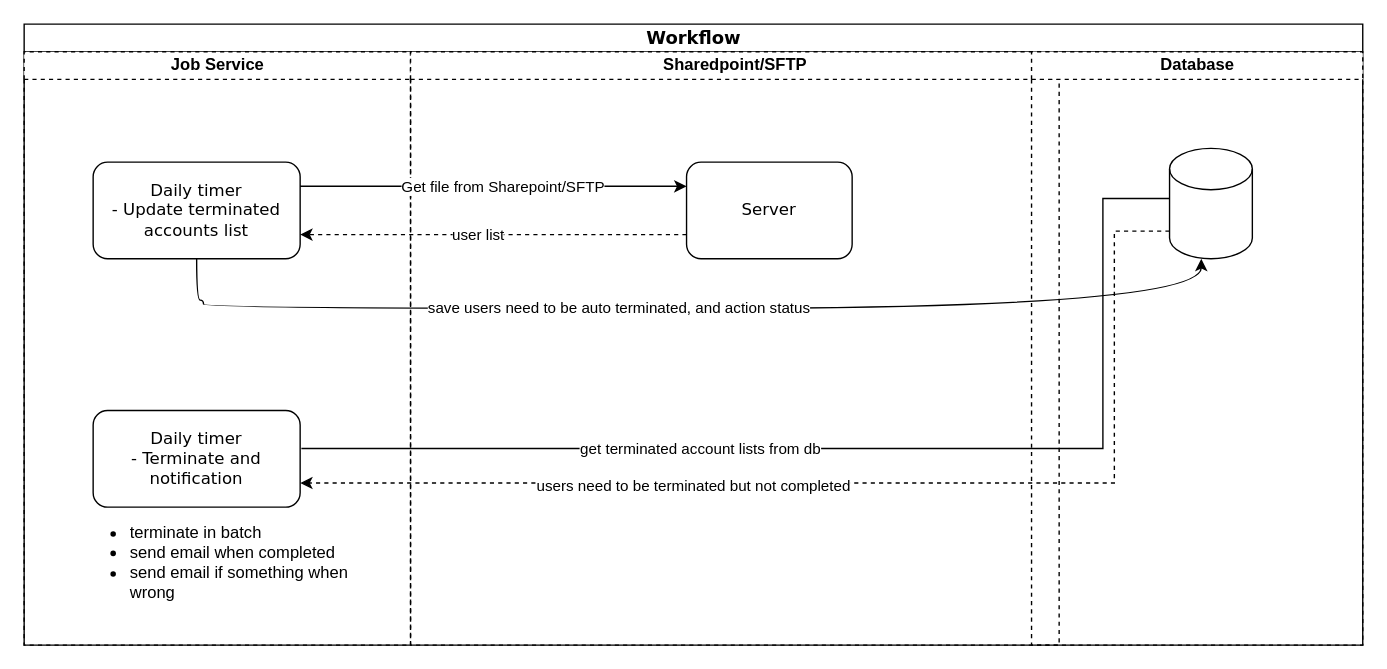
Above: KeppelElectric/Untitled Diagram.drawio in swotiendang/DrawIO (draw.io), before the change. Source tidied: cells renumbered, new cells numbered last; positions are measured from the earlier drawing's top-left corner, leaving out a move shared by most shapes. Both pictures are drawn from the tidied source at 138%, with x=0, y=0 at pixel (23, 23).
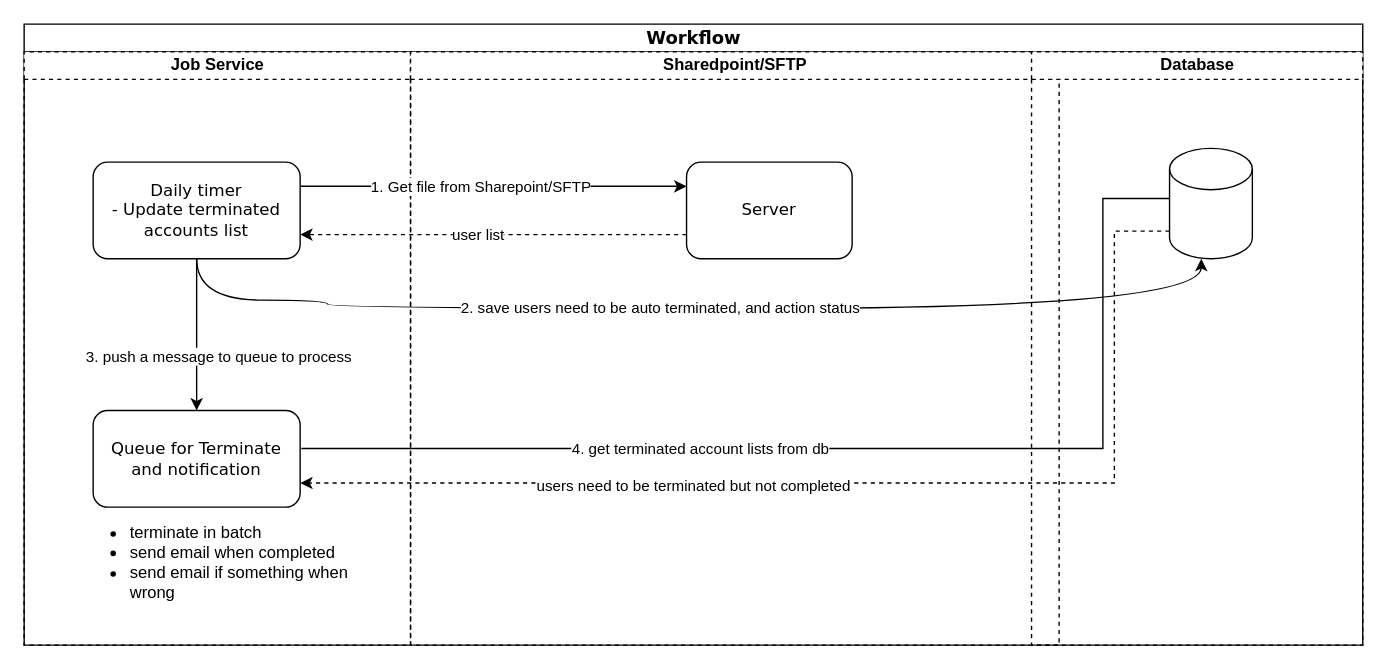
Above is the later version.

Commit message:
Auto disable accounts.v1.2

The change refers to these unchanged cells:
```xml
<mxCell id="3" value="Job Service" style="swimlane;html=1;startSize=20;dashed=1;" parent="2" vertex="1">
  <mxGeometry y="20" width="280" height="430" as="geometry" />
</mxCell>
<mxCell id="4" value="&lt;font style=&quot;font-size: 12px;&quot;&gt;Daily timer&lt;/font&gt;&lt;div&gt;&lt;span style=&quot;font-size: 12px;&quot;&gt;- Update terminated accounts list&lt;/span&gt;&lt;/div&gt;" style="rounded=1;whiteSpace=wrap;html=1;shadow=0;labelBackgroundColor=none;strokeWidth=1;fontFamily=Verdana;fontSize=8;align=center;" parent="3" vertex="1">
  <mxGeometry x="50" y="80" width="150" height="70" as="geometry" />
</mxCell>
<mxCell id="9" style="endArrow=classic;html=1;rounded=0;edgeStyle=elbowEdgeStyle;exitX=1.006;exitY=0.393;exitDx=0;exitDy=0;entryX=-0.028;entryY=0.594;entryDx=0;entryDy=0;entryPerimeter=0;exitPerimeter=0;" parent="7" edge="1" source="5">
  <mxGeometry relative="1" as="geometry">
    <mxPoint x="570" y="106.3" as="targetPoint" />
    <Array as="points">
      <mxPoint x="501.7" y="198.7" />
    </Array>
  </mxGeometry>
</mxCell>
<mxCell id="13" style="edgeStyle=orthogonalEdgeStyle;rounded=0;jettySize=auto;html=1;entryX=0;entryY=0.25;entryDx=0;entryDy=0;exitX=1;exitY=0.25;exitDx=0;exitDy=0;" parent="2" edge="1" source="4" target="8">
  <mxGeometry relative="1" as="geometry" />
</mxCell>
<mxCell id="16" style="shape=cylinder3;whiteSpace=wrap;html=1;boundedLbl=1;backgroundOutline=1;size=15;" parent="15" vertex="1">
  <mxGeometry x="100" y="70" width="60" height="80" as="geometry" />
</mxCell>
```

Diff of the diagram source:
```diff
@@
-    <mxCell id="5" value="&lt;font style=&quot;font-size: 12px;&quot;&gt;Daily timer&lt;/font&gt;&lt;div&gt;&lt;font style=&quot;font-size: 12px;&quot;&gt;- Terminate and notification&lt;/font&gt;&lt;/div&gt;" style="rounded=1;whiteSpace=wrap;html=1;shadow=0;labelBackgroundColor=none;strokeWidth=1;fontFamily=Verdana;fontSize=8;align=center;" parent="3" vertex="1">
+    <mxCell id="5" value="&lt;span style=&quot;font-size: 12px;&quot;&gt;Queue for&amp;nbsp;&lt;/span&gt;&lt;span style=&quot;font-size: 12px; background-color: initial;&quot;&gt;Terminate and notification&lt;/span&gt;" style="rounded=1;whiteSpace=wrap;html=1;shadow=0;labelBackgroundColor=none;strokeWidth=1;fontFamily=Verdana;fontSize=8;align=center;" parent="3" vertex="1">
       <mxGeometry x="50" y="260" width="150" height="70" as="geometry" />
     </mxCell>
@@
+    <mxCell id="21" style="endArrow=classic;html=1;rounded=0;exitX=0.5;exitY=1;exitDx=0;exitDy=0;entryX=0.5;entryY=0;entryDx=0;entryDy=0;" parent="3" edge="1" source="4" target="5">
+      <mxGeometry relative="1" as="geometry" />
+    </mxCell>
+    <mxCell id="22" value="3. push a message to queue to process" style="edgeLabel;html=1;align=center;verticalAlign=middle;" parent="21" vertex="1">
+      <mxGeometry x="0.09" y="-1" relative="1" as="geometry">
+        <mxPoint x="16" y="10" as="offset" />
+      </mxGeometry>
+    </mxCell>
@@
-    <mxCell id="10" value="get terminated account lists from db" style="edgeLabel;html=1;align=center;verticalAlign=middle;" parent="9" vertex="1">
+    <mxCell id="10" value="4. get terminated account lists from db" style="edgeLabel;html=1;align=center;verticalAlign=middle;" parent="9" vertex="1">
       <mxGeometry x="-0.36" y="-4" relative="1" as="geometry">
         <mxPoint x="23" y="-4" as="offset" />
       </mxGeometry>
     </mxCell>
@@
-    <mxCell id="14" value="Get file from Sharepoint/SFTP" style="edgeLabel;html=1;align=center;verticalAlign=middle;" parent="13" vertex="1">
+    <mxCell id="14" value="1. Get file from Sharepoint/SFTP" style="edgeLabel;html=1;align=center;verticalAlign=middle;" parent="13" vertex="1">
       <mxGeometry x="-0.28" y="-3" relative="1" as="geometry">
-        <mxPoint x="45" y="-3" as="offset" />
+        <mxPoint x="29" y="-3" as="offset" />
       </mxGeometry>
     </mxCell>
@@
     <mxCell id="17" style="endArrow=classic;html=1;rounded=0;edgeStyle=orthogonalEdgeStyle;curved=1;exitX=0.5;exitY=1;exitDx=0;exitDy=0;" parent="1" edge="1" source="4" target="16">
       <mxGeometry relative="1" as="geometry">
         <Array as="points">
           <mxPoint x="125" y="200" />
-          <mxPoint x="130" y="200" />
-          <mxPoint x="130" y="206" />
+          <mxPoint x="220" y="200" />
+          <mxPoint x="220" y="206" />
           <mxPoint x="853" y="206" />
         </Array>
       </mxGeometry>
     </mxCell>
-    <mxCell id="18" value="save users need to be auto terminated, and action status" style="edgeLabel;html=1;align=center;verticalAlign=middle;" parent="17" vertex="1">
+    <mxCell id="18" value="2. save users need to be auto terminated, and action status" style="edgeLabel;html=1;align=center;verticalAlign=middle;" parent="17" vertex="1">
       <mxGeometry x="-0.26" y="-1" relative="1" as="geometry">
-        <mxPoint x="45" y="-2" as="offset" />
+        <mxPoint x="75" y="-2" as="offset" />
       </mxGeometry>
     </mxCell>
```
